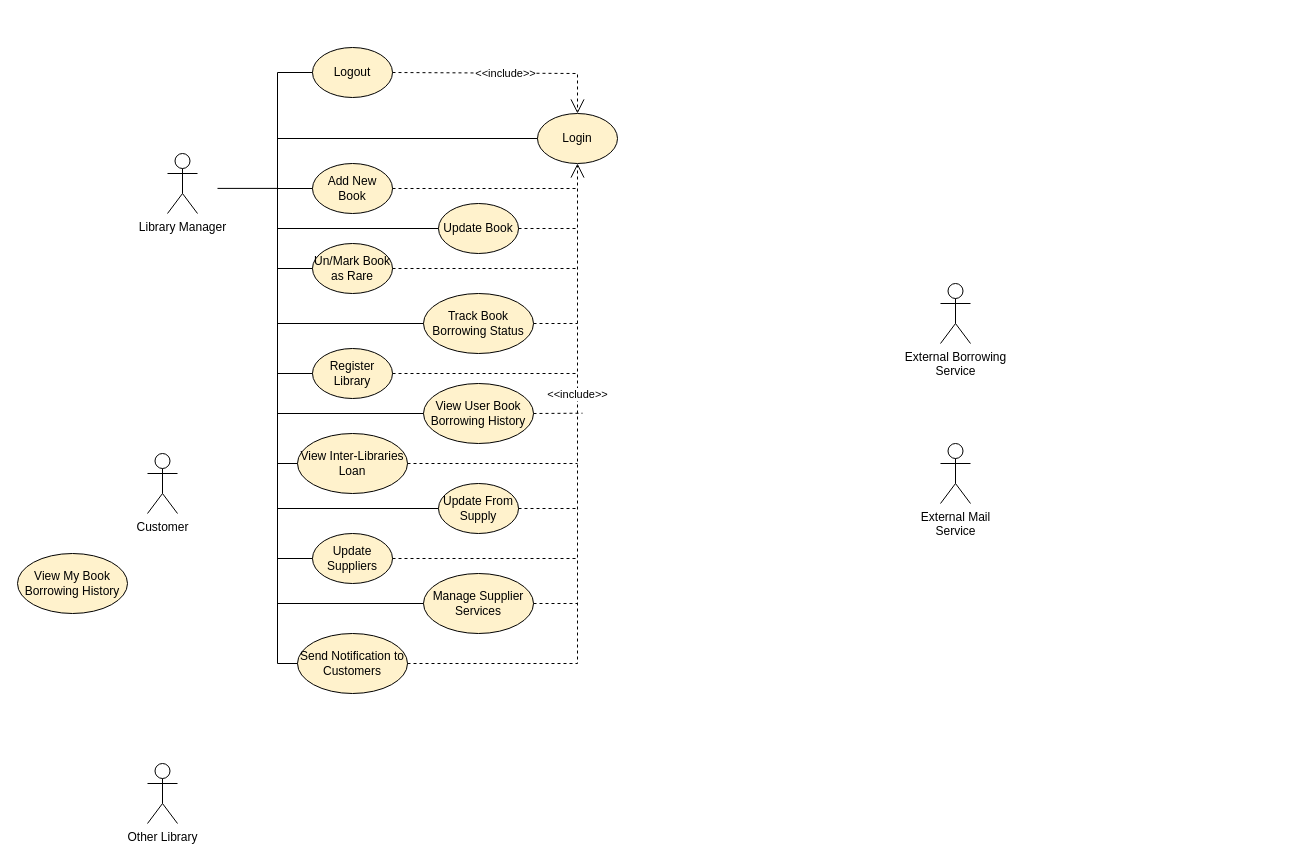
Earlier version of the draw.io diagram HW3/Use-Cases Diagram.drawio (MatanTzhori-hub/OOP_046271). Source tidied: cells renumbered, new cells numbered last; positions are measured from the earlier drawing's top-left corner, leaving out a move shared by most shapes. Both pictures are drawn from the tidied source at 100%, with x=0, y=0 at pixel (17, 47).
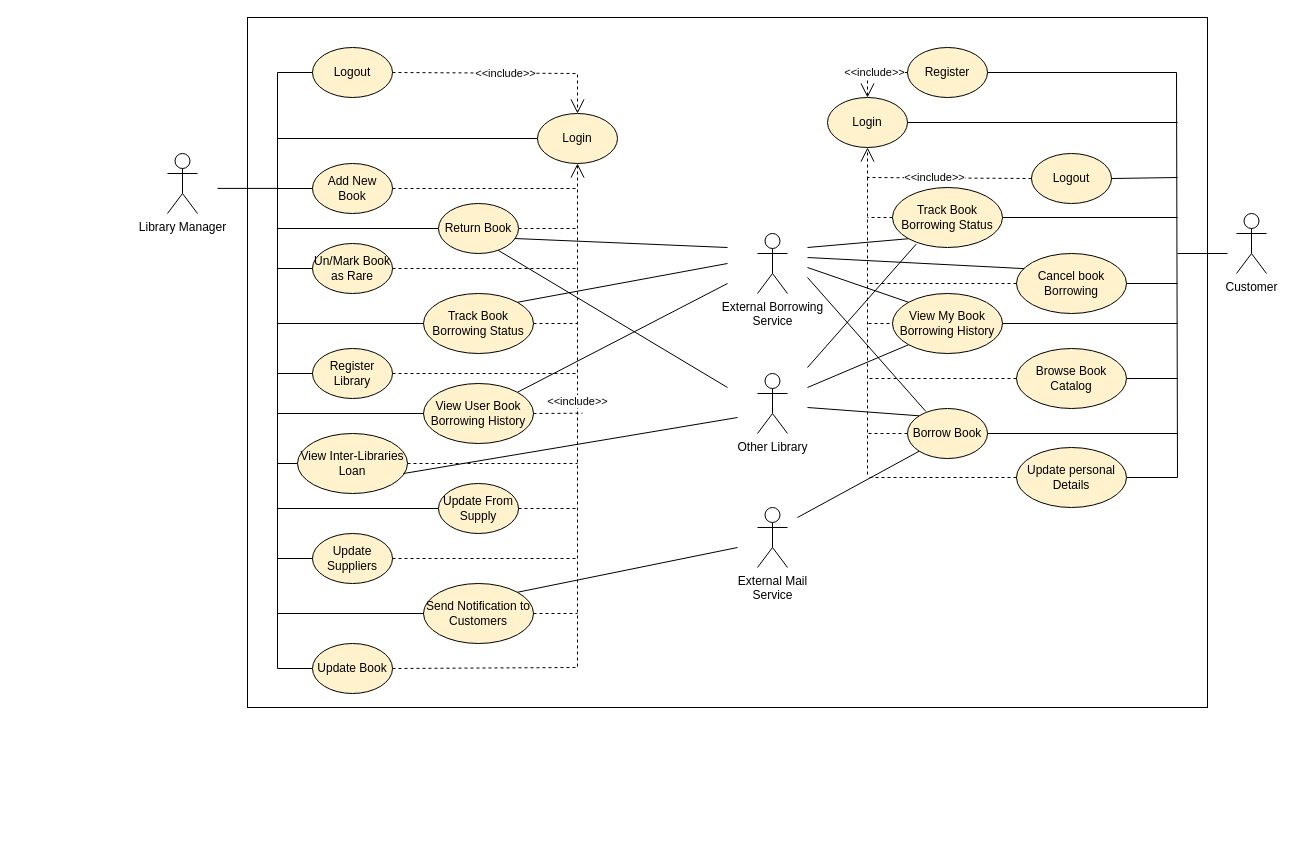
The same page after the edit.

Commit message (it also covers changes not shown here):
Almost finished with dry added all drawio diagrams

The change refers to these unchanged cells:
```xml
<mxCell id="4" value="Login" style="ellipse;whiteSpace=wrap;html=1;fillColor=#fff2cc;strokeColor=#000000;" parent="1" vertex="1">
  <mxGeometry x="520" y="66" width="80" height="50" as="geometry" />
</mxCell>
<mxCell id="5" value="Logout" style="ellipse;whiteSpace=wrap;html=1;fillColor=#fff2cc;strokeColor=#000000;" parent="1" vertex="1">
  <mxGeometry x="295" width="80" height="50" as="geometry" />
</mxCell>
<mxCell id="13" value="Track Book Borrowing Status" style="ellipse;whiteSpace=wrap;html=1;fillColor=#fff2cc;strokeColor=#000000;" parent="1" vertex="1">
  <mxGeometry x="406" y="246" width="110" height="60" as="geometry" />
</mxCell>
<mxCell id="14" value="View User Book Borrowing History" style="ellipse;whiteSpace=wrap;html=1;fillColor=#fff2cc;strokeColor=#000000;" parent="1" vertex="1">
  <mxGeometry x="406" y="336" width="110" height="60" as="geometry" />
</mxCell>
<mxCell id="15" value="View Inter-Libraries Loan" style="ellipse;whiteSpace=wrap;html=1;fillColor=#fff2cc;strokeColor=#000000;" parent="1" vertex="1">
  <mxGeometry x="280" y="386" width="110" height="60" as="geometry" />
</mxCell>
```

Diff of the diagram source:
```diff
@@
     <mxCell id="3" value="Customer" style="shape=umlActor;verticalLabelPosition=bottom;verticalAlign=top;html=1;" parent="1" vertex="1">
-      <mxGeometry x="130" y="406" width="30" height="60" as="geometry" />
+      <mxGeometry x="1219" y="166" width="30" height="60" as="geometry" />
     </mxCell>
@@
     <mxCell id="6" value="External Mail&lt;div&gt;Service&lt;/div&gt;" style="shape=umlActor;verticalLabelPosition=bottom;verticalAlign=top;html=1;" parent="1" vertex="1">
-      <mxGeometry x="923" y="396" width="30" height="60" as="geometry" />
+      <mxGeometry x="740" y="460" width="30" height="60" as="geometry" />
     </mxCell>
     <mxCell id="7" value="External Borrowing&lt;div&gt;Service&lt;/div&gt;" style="shape=umlActor;verticalLabelPosition=bottom;verticalAlign=top;html=1;" parent="1" vertex="1">
-      <mxGeometry x="923" y="236" width="30" height="60" as="geometry" />
+      <mxGeometry x="740" y="186" width="30" height="60" as="geometry" />
     </mxCell>
     <mxCell id="8" value="Other Library" style="shape=umlActor;verticalLabelPosition=bottom;verticalAlign=top;html=1;" parent="1" vertex="1">
-      <mxGeometry x="130" y="716" width="30" height="60" as="geometry" />
+      <mxGeometry x="740" y="326" width="30" height="60" as="geometry" />
     </mxCell>
@@
-    <mxCell id="11" value="Update Book" style="ellipse;whiteSpace=wrap;html=1;fillColor=#fff2cc;strokeColor=#000000;" parent="1" vertex="1">
-      <mxGeometry x="421" y="156" width="80" height="50" as="geometry" />
-    </mxCell>
@@
-    <mxCell id="18" value="Manage Supplier Services" style="ellipse;whiteSpace=wrap;html=1;fillColor=#fff2cc;strokeColor=#000000;" parent="1" vertex="1">
-      <mxGeometry x="406" y="526" width="110" height="60" as="geometry" />
-    </mxCell>
     <mxCell id="19" value="Send Notification to Customers" style="ellipse;whiteSpace=wrap;html=1;fillColor=#fff2cc;strokeColor=#000000;" parent="1" vertex="1">
-      <mxGeometry x="280" y="586" width="110" height="60" as="geometry" />
+      <mxGeometry x="406" y="536" width="110" height="60" as="geometry" />
     </mxCell>
-    <mxCell id="20" value="View My Book Borrowing History" style="ellipse;whiteSpace=wrap;html=1;fillColor=#fff2cc;strokeColor=#000000;" parent="1" vertex="1">
-      <mxGeometry y="506" width="110" height="60" as="geometry" />
-    </mxCell>
-    <mxCell id="21" style="endArrow=none;html=1;rounded=0;entryX=0;entryY=0.5;entryDx=0;entryDy=0;exitX=0;exitY=0.5;exitDx=0;exitDy=0;" parent="1" edge="1" source="19" target="5">
+    <mxCell id="21" style="endArrow=none;html=1;rounded=0;entryX=0;entryY=0.5;entryDx=0;entryDy=0;exitX=0;exitY=0.5;exitDx=0;exitDy=0;" parent="1" edge="1" target="5">
       <mxGeometry relative="1" as="geometry">
+        <mxPoint x="295" y="621" as="sourcePoint" />
         <Array as="points">
-          <mxPoint x="260" y="616" />
+          <mxPoint x="260" y="621" />
           <mxPoint x="260" y="25" />
         </Array>
       </mxGeometry>
     </mxCell>
@@
-    <mxCell id="25" value="&amp;lt;&amp;lt;include&amp;gt;&amp;gt;" style="endArrow=open;endSize=12;dashed=1;html=1;rounded=0;entryX=0.5;entryY=1;entryDx=0;entryDy=0;exitX=1;exitY=0.5;exitDx=0;exitDy=0;" parent="1" edge="1" source="19" target="4">
+    <mxCell id="25" value="&amp;lt;&amp;lt;include&amp;gt;&amp;gt;" style="endArrow=open;endSize=12;dashed=1;html=1;rounded=0;entryX=0.5;entryY=1;entryDx=0;entryDy=0;exitX=1;exitY=0.5;exitDx=0;exitDy=0;" parent="1" edge="1" target="4">
       <mxGeometry x="0.31" relative="1" as="geometry">
+        <mxPoint x="375" y="621" as="sourcePoint" />
         <Array as="points">
-          <mxPoint x="560" y="616" />
+          <mxPoint x="560" y="620" />
         </Array>
       </mxGeometry>
     </mxCell>
@@
-    <mxCell id="27" style="endArrow=none;dashed=1;html=1;rounded=0;exitX=1;exitY=0.5;exitDx=0;exitDy=0;" parent="1" edge="1" source="11">
+    <mxCell id="27" style="endArrow=none;dashed=1;html=1;rounded=0;exitX=1;exitY=0.5;exitDx=0;exitDy=0;" parent="1" edge="1">
       <mxGeometry relative="1" as="geometry">
+        <mxPoint x="501" y="181" as="sourcePoint" />
         <mxPoint x="560" y="181" as="targetPoint" />
       </mxGeometry>
     </mxCell>
@@
-    <mxCell id="35" style="endArrow=none;html=1;rounded=0;entryX=0;entryY=0.5;entryDx=0;entryDy=0;" parent="1" edge="1" target="11">
+    <mxCell id="35" style="endArrow=none;html=1;rounded=0;entryX=0;entryY=0.5;entryDx=0;entryDy=0;" parent="1" edge="1">
       <mxGeometry relative="1" as="geometry">
         <mxPoint x="260" y="181" as="sourcePoint" />
+        <mxPoint x="421" y="181" as="targetPoint" />
       </mxGeometry>
     </mxCell>
@@
-    <mxCell id="44" style="endArrow=none;html=1;rounded=0;exitX=0;exitY=0.5;exitDx=0;exitDy=0;" parent="1" edge="1" source="18">
-      <mxGeometry relative="1" as="geometry">
-        <mxPoint x="260" y="556" as="targetPoint" />
-      </mxGeometry>
-    </mxCell>
-    <mxCell id="45" style="endArrow=none;dashed=1;html=1;rounded=0;exitX=1;exitY=0.5;exitDx=0;exitDy=0;" parent="1" edge="1" source="18">
-      <mxGeometry relative="1" as="geometry">
-        <mxPoint x="560" y="556" as="targetPoint" />
-      </mxGeometry>
-    </mxCell>
+    <mxCell id="46" style="endArrow=none;html=1;rounded=0;exitX=1;exitY=0;exitDx=0;exitDy=0;" parent="1" edge="1" source="13">
+      <mxGeometry relative="1" as="geometry">
+        <mxPoint x="710" y="216" as="targetPoint" />
+      </mxGeometry>
+    </mxCell>
+    <mxCell id="47" style="endArrow=none;html=1;rounded=0;exitX=1;exitY=0;exitDx=0;exitDy=0;" parent="1" edge="1" source="14">
+      <mxGeometry relative="1" as="geometry">
+        <mxPoint x="710" y="236" as="targetPoint" />
+      </mxGeometry>
+    </mxCell>
+    <mxCell id="48" style="endArrow=none;html=1;rounded=0;exitX=0.964;exitY=0.667;exitDx=0;exitDy=0;exitPerimeter=0;" parent="1" edge="1" source="15">
+      <mxGeometry relative="1" as="geometry">
+        <mxPoint x="720" y="370" as="targetPoint" />
+      </mxGeometry>
+    </mxCell>
+    <mxCell id="49" style="endArrow=none;html=1;rounded=0;exitX=1;exitY=0;exitDx=0;exitDy=0;" parent="1" edge="1" source="19">
+      <mxGeometry relative="1" as="geometry">
+        <mxPoint x="720" y="500" as="targetPoint" />
+      </mxGeometry>
+    </mxCell>
+    <mxCell id="50" value="Login" style="ellipse;whiteSpace=wrap;html=1;fillColor=#fff2cc;strokeColor=#000000;" parent="1" vertex="1">
+      <mxGeometry x="810" y="50" width="80" height="50" as="geometry" />
+    </mxCell>
+    <mxCell id="51" value="Logout" style="ellipse;whiteSpace=wrap;html=1;fillColor=#fff2cc;strokeColor=#000000;" parent="1" vertex="1">
+      <mxGeometry x="1014" y="106" width="80" height="50" as="geometry" />
+    </mxCell>
+    <mxCell id="52" value="Register" style="ellipse;whiteSpace=wrap;html=1;fillColor=#fff2cc;strokeColor=#000000;" parent="1" vertex="1">
+      <mxGeometry x="890" width="80" height="50" as="geometry" />
+    </mxCell>
+    <mxCell id="53" value="Browse Book Catalog" style="ellipse;whiteSpace=wrap;html=1;fillColor=#fff2cc;strokeColor=#000000;" parent="1" vertex="1">
+      <mxGeometry x="999" y="301" width="110" height="60" as="geometry" />
+    </mxCell>
+    <mxCell id="54" value="Cancel book Borrowing" style="ellipse;whiteSpace=wrap;html=1;fillColor=#fff2cc;strokeColor=#000000;" parent="1" vertex="1">
+      <mxGeometry x="999" y="206" width="110" height="60" as="geometry" />
+    </mxCell>
+    <mxCell id="55" style="endArrow=none;html=1;rounded=0;entryX=0;entryY=0.5;entryDx=0;entryDy=0;" parent="1" edge="1" target="19">
+      <mxGeometry relative="1" as="geometry">
+        <mxPoint x="260" y="566" as="sourcePoint" />
+      </mxGeometry>
+    </mxCell>
+    <mxCell id="56" style="endArrow=none;dashed=1;html=1;rounded=0;exitX=1;exitY=0.5;exitDx=0;exitDy=0;" parent="1" edge="1" source="19">
+      <mxGeometry relative="1" as="geometry">
+        <mxPoint x="560" y="566" as="targetPoint" />
+      </mxGeometry>
+    </mxCell>
+    <mxCell id="57" style="endArrow=none;html=1;rounded=0;entryX=1;entryY=0.5;entryDx=0;entryDy=0;exitX=1;exitY=0.5;exitDx=0;exitDy=0;" parent="1" edge="1" source="58" target="52">
+      <mxGeometry relative="1" as="geometry">
+        <Array as="points">
+          <mxPoint x="1160" y="430" />
+          <mxPoint x="1159" y="25" />
+        </Array>
+      </mxGeometry>
+    </mxCell>
+    <mxCell id="58" value="Update personal Details" style="ellipse;whiteSpace=wrap;html=1;fillColor=#fff2cc;strokeColor=#000000;" parent="1" vertex="1">
+      <mxGeometry x="999" y="400" width="110" height="60" as="geometry" />
+    </mxCell>
+    <mxCell id="59" value="Track Book Borrowing Status" style="ellipse;whiteSpace=wrap;html=1;fillColor=#fff2cc;strokeColor=#000000;" parent="1" vertex="1">
+      <mxGeometry x="875" y="140" width="110" height="60" as="geometry" />
+    </mxCell>
+    <mxCell id="60" style="endArrow=none;html=1;rounded=0;" parent="1" edge="1">
+      <mxGeometry relative="1" as="geometry">
+        <mxPoint x="1210" y="206" as="sourcePoint" />
+        <mxPoint x="1160" y="206" as="targetPoint" />
+      </mxGeometry>
+    </mxCell>
+    <mxCell id="61" style="endArrow=none;html=1;rounded=0;entryX=1;entryY=0.5;entryDx=0;entryDy=0;" parent="1" edge="1" target="51">
+      <mxGeometry relative="1" as="geometry">
+        <mxPoint x="1160" y="130" as="sourcePoint" />
+      </mxGeometry>
+    </mxCell>
+    <mxCell id="62" style="endArrow=none;html=1;rounded=0;entryX=1;entryY=0.5;entryDx=0;entryDy=0;" parent="1" edge="1" target="59">
+      <mxGeometry relative="1" as="geometry">
+        <mxPoint x="1160" y="170" as="sourcePoint" />
+      </mxGeometry>
+    </mxCell>
+    <mxCell id="63" style="endArrow=none;html=1;rounded=0;entryX=1;entryY=0.5;entryDx=0;entryDy=0;" parent="1" edge="1" target="50">
+      <mxGeometry relative="1" as="geometry">
+        <mxPoint x="1160" y="75" as="sourcePoint" />
+      </mxGeometry>
+    </mxCell>
+    <mxCell id="64" style="endArrow=none;html=1;rounded=0;entryX=1;entryY=0.5;entryDx=0;entryDy=0;" parent="1" edge="1" target="54">
+      <mxGeometry relative="1" as="geometry">
+        <mxPoint x="1160" y="236" as="sourcePoint" />
+      </mxGeometry>
+    </mxCell>
+    <mxCell id="65" style="endArrow=none;html=1;rounded=0;entryX=1;entryY=0.5;entryDx=0;entryDy=0;" parent="1" edge="1">
+      <mxGeometry relative="1" as="geometry">
+        <mxPoint x="1160" y="276" as="sourcePoint" />
+        <mxPoint x="970" y="276" as="targetPoint" />
+      </mxGeometry>
+    </mxCell>
+    <mxCell id="66" style="endArrow=none;html=1;rounded=0;entryX=1;entryY=0.5;entryDx=0;entryDy=0;" parent="1" edge="1" target="53">
+      <mxGeometry relative="1" as="geometry">
+        <mxPoint x="1160" y="331" as="sourcePoint" />
+      </mxGeometry>
+    </mxCell>
+    <mxCell id="67" style="endArrow=none;html=1;rounded=0;entryX=1;entryY=0.5;entryDx=0;entryDy=0;" parent="1" edge="1" target="78">
+      <mxGeometry relative="1" as="geometry">
+        <mxPoint x="1160" y="386" as="sourcePoint" />
+      </mxGeometry>
+    </mxCell>
+    <mxCell id="68" value="&amp;lt;&amp;lt;include&amp;gt;&amp;gt;" style="endArrow=open;endSize=12;dashed=1;html=1;rounded=0;exitX=0;exitY=0.5;exitDx=0;exitDy=0;entryX=0.5;entryY=0;entryDx=0;entryDy=0;" parent="1" edge="1" source="52" target="50">
+      <mxGeometry relative="1" as="geometry">
+        <Array as="points">
+          <mxPoint x="850" y="25" />
+        </Array>
+      </mxGeometry>
+    </mxCell>
+    <mxCell id="69" value="&amp;lt;&amp;lt;include&amp;gt;&amp;gt;" style="endArrow=open;endSize=12;dashed=1;html=1;rounded=0;exitX=0;exitY=0.5;exitDx=0;exitDy=0;entryX=0.5;entryY=1;entryDx=0;entryDy=0;" parent="1" edge="1" source="51" target="50">
+      <mxGeometry relative="1" as="geometry">
+        <Array as="points">
+          <mxPoint x="850" y="130" />
+        </Array>
+      </mxGeometry>
+    </mxCell>
+    <mxCell id="70" style="endArrow=none;dashed=1;html=1;rounded=0;" parent="1" edge="1">
+      <mxGeometry relative="1" as="geometry">
+        <mxPoint x="850" y="130" as="sourcePoint" />
+        <mxPoint x="850" y="430" as="targetPoint" />
+      </mxGeometry>
+    </mxCell>
+    <mxCell id="71" style="endArrow=none;dashed=1;html=1;rounded=0;exitX=0;exitY=0.5;exitDx=0;exitDy=0;" parent="1" edge="1" source="58">
+      <mxGeometry relative="1" as="geometry">
+        <mxPoint x="850" y="430" as="targetPoint" />
+      </mxGeometry>
+    </mxCell>
+    <mxCell id="72" style="endArrow=none;dashed=1;html=1;rounded=0;exitX=0;exitY=0.5;exitDx=0;exitDy=0;" parent="1" edge="1" source="78">
+      <mxGeometry relative="1" as="geometry">
+        <mxPoint x="850" y="386" as="targetPoint" />
+      </mxGeometry>
+    </mxCell>
+    <mxCell id="73" style="endArrow=none;dashed=1;html=1;rounded=0;exitX=0;exitY=0.5;exitDx=0;exitDy=0;" parent="1" edge="1" source="53">
+      <mxGeometry relative="1" as="geometry">
+        <mxPoint x="850" y="331" as="targetPoint" />
+      </mxGeometry>
+    </mxCell>
+    <mxCell id="74" style="endArrow=none;dashed=1;html=1;rounded=0;exitX=0;exitY=0.5;exitDx=0;exitDy=0;" parent="1" edge="1">
+      <mxGeometry relative="1" as="geometry">
+        <mxPoint x="890" y="276" as="sourcePoint" />
+        <mxPoint x="850" y="276" as="targetPoint" />
+      </mxGeometry>
+    </mxCell>
+    <mxCell id="75" style="endArrow=none;dashed=1;html=1;rounded=0;exitX=0;exitY=0.5;exitDx=0;exitDy=0;" parent="1" edge="1" source="54">
+      <mxGeometry relative="1" as="geometry">
+        <mxPoint x="850" y="236" as="targetPoint" />
+      </mxGeometry>
+    </mxCell>
+    <mxCell id="76" style="endArrow=none;dashed=1;html=1;rounded=0;exitX=0;exitY=0.5;exitDx=0;exitDy=0;" parent="1" edge="1" source="59">
+      <mxGeometry relative="1" as="geometry">
+        <mxPoint x="850" y="170" as="targetPoint" />
+      </mxGeometry>
+    </mxCell>
+    <mxCell id="77" style="endArrow=none;html=1;rounded=0;entryX=0;entryY=1;entryDx=0;entryDy=0;" parent="1" edge="1" target="78">
+      <mxGeometry relative="1" as="geometry">
+        <mxPoint x="780" y="470" as="sourcePoint" />
+      </mxGeometry>
+    </mxCell>
+    <mxCell id="78" value="Borrow Book" style="ellipse;whiteSpace=wrap;html=1;fillColor=#fff2cc;strokeColor=#000000;" parent="1" vertex="1">
+      <mxGeometry x="890" y="361" width="80" height="50" as="geometry" />
+    </mxCell>
+    <mxCell id="20" value="View My Book Borrowing History" style="ellipse;whiteSpace=wrap;html=1;fillColor=#fff2cc;strokeColor=#000000;" parent="1" vertex="1">
+      <mxGeometry x="875" y="246" width="110" height="60" as="geometry" />
+    </mxCell>
+    <mxCell id="79" style="endArrow=none;html=1;rounded=0;entryX=0;entryY=0;entryDx=0;entryDy=0;" parent="1" edge="1" target="78">
+      <mxGeometry relative="1" as="geometry">
+        <mxPoint x="790" y="360" as="sourcePoint" />
+      </mxGeometry>
+    </mxCell>
+    <mxCell id="80" style="endArrow=none;html=1;rounded=0;entryX=0.23;entryY=0.06;entryDx=0;entryDy=0;entryPerimeter=0;" parent="1" edge="1" target="78">
+      <mxGeometry relative="1" as="geometry">
+        <mxPoint x="790" y="230" as="sourcePoint" />
+      </mxGeometry>
+    </mxCell>
+    <mxCell id="81" style="endArrow=none;html=1;rounded=0;entryX=0;entryY=0;entryDx=0;entryDy=0;" parent="1" edge="1" target="20">
+      <mxGeometry relative="1" as="geometry">
+        <mxPoint x="790" y="220" as="sourcePoint" />
+      </mxGeometry>
+    </mxCell>
+    <mxCell id="82" style="endArrow=none;html=1;rounded=0;entryX=0;entryY=1;entryDx=0;entryDy=0;" parent="1" edge="1" target="59">
+      <mxGeometry relative="1" as="geometry">
+        <mxPoint x="790" y="200" as="sourcePoint" />
+      </mxGeometry>
+    </mxCell>
+    <mxCell id="83" style="endArrow=none;html=1;rounded=0;entryX=0.07;entryY=0.252;entryDx=0;entryDy=0;entryPerimeter=0;" parent="1" edge="1" target="54">
+      <mxGeometry relative="1" as="geometry">
+        <mxPoint x="790" y="210" as="sourcePoint" />
+      </mxGeometry>
+    </mxCell>
+    <mxCell id="84" style="endArrow=none;html=1;rounded=0;entryX=0.216;entryY=0.943;entryDx=0;entryDy=0;entryPerimeter=0;" parent="1" edge="1" target="59">
+      <mxGeometry relative="1" as="geometry">
+        <mxPoint x="790" y="320" as="sourcePoint" />
+      </mxGeometry>
+    </mxCell>
+    <mxCell id="85" style="endArrow=none;html=1;rounded=0;entryX=0;entryY=1;entryDx=0;entryDy=0;" parent="1" edge="1" target="20">
+      <mxGeometry relative="1" as="geometry">
+        <mxPoint x="790" y="340" as="sourcePoint" />
+      </mxGeometry>
+    </mxCell>
+    <mxCell id="86" style="rounded=0;whiteSpace=wrap;html=1;fillColor=none;" parent="1" vertex="1">
+      <mxGeometry x="230" y="-30" width="960" height="690" as="geometry" />
+    </mxCell>
+    <mxCell id="11" value="Update Book" style="ellipse;whiteSpace=wrap;html=1;fillColor=#fff2cc;strokeColor=#000000;" parent="1" vertex="1">
+      <mxGeometry x="295" y="596" width="80" height="50" as="geometry" />
+    </mxCell>
+    <mxCell id="87" value="Return Book" style="ellipse;whiteSpace=wrap;html=1;fillColor=#fff2cc;strokeColor=#000000;" parent="1" vertex="1">
+      <mxGeometry x="421" y="156" width="80" height="50" as="geometry" />
+    </mxCell>
+    <mxCell id="88" style="endArrow=none;html=1;rounded=0;exitX=0.95;exitY=0.7;exitDx=0;exitDy=0;exitPerimeter=0;" parent="1" edge="1" source="87">
+      <mxGeometry relative="1" as="geometry">
+        <mxPoint x="710" y="200" as="targetPoint" />
+      </mxGeometry>
+    </mxCell>
+    <mxCell id="89" style="endArrow=none;html=1;rounded=0;exitX=0.75;exitY=0.94;exitDx=0;exitDy=0;exitPerimeter=0;" parent="1" edge="1" source="87">
+      <mxGeometry relative="1" as="geometry">
+        <mxPoint x="710" y="340" as="targetPoint" />
+      </mxGeometry>
+    </mxCell>
```
